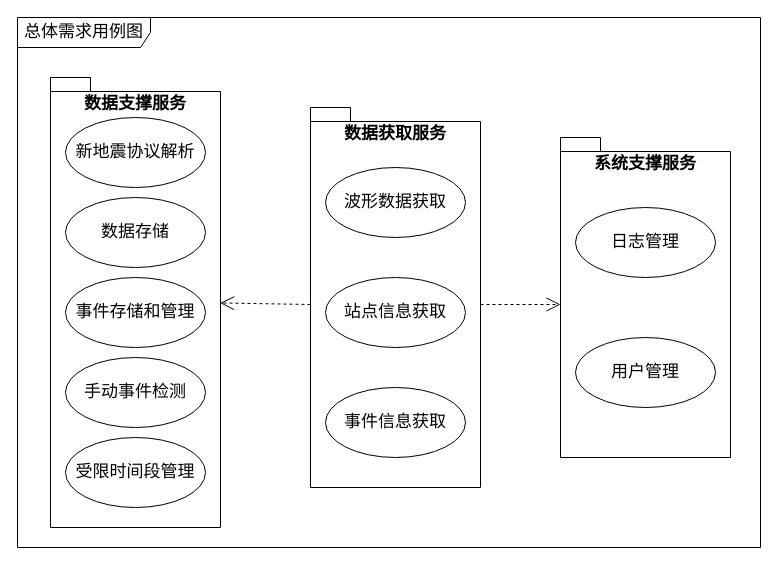
This is 总体需求用例图.drawio from Diend-7/-, a draw.io file, before an edit. Source tidied: cells renumbered, new cells numbered last; positions are measured from the earlier drawing's top-left corner, leaving out a move shared by most shapes. Both pictures are drawn from the tidied source at 100%, with x=0, y=0 at pixel (17, 17).
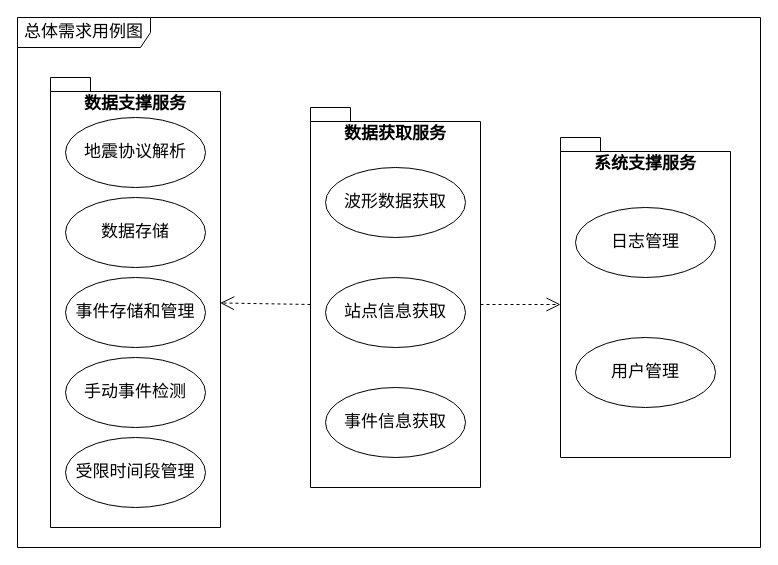
The same diagram, later.

Commit message:
更新总体需求用例图.drawio

Diff of the diagram source:
```diff
@@
 <mxGraphModel>
   <root>
     <mxCell id="0" />
     <mxCell id="1" parent="0" />
     <mxCell id="2" value="总体需求用例图" style="shape=umlFrame;whiteSpace=wrap;html=1;fontSize=17;width=133;height=30;" parent="1" vertex="1">
       <mxGeometry width="743" height="530" as="geometry" />
     </mxCell>
     <mxCell id="3" value="数据支撑服务" style="shape=folder;fontStyle=1;spacingTop=10;tabWidth=40;tabHeight=14;tabPosition=left;html=1;whiteSpace=wrap;verticalAlign=top;fontSize=17;" parent="1" vertex="1">
       <mxGeometry x="33" y="60" width="170" height="450" as="geometry" />
     </mxCell>
-    <mxCell id="4" value="新地震协议解析" style="ellipse;whiteSpace=wrap;html=1;fontSize=17;" parent="1" vertex="1">
+    <mxCell id="4" value="地震协议解析" style="ellipse;whiteSpace=wrap;html=1;fontSize=17;" parent="1" vertex="1">
       <mxGeometry x="48" y="100" width="140" height="70" as="geometry" />
     </mxCell>
     <mxCell id="5" value="数据存储" style="ellipse;whiteSpace=wrap;html=1;fontSize=17;" parent="1" vertex="1">
       <mxGeometry x="48" y="180" width="140" height="70" as="geometry" />
     </mxCell>
     <mxCell id="6" value="事件存储和管理" style="ellipse;whiteSpace=wrap;html=1;fontSize=17;" parent="1" vertex="1">
       <mxGeometry x="48" y="260" width="140" height="70" as="geometry" />
     </mxCell>
     <mxCell id="7" value="手动事件检测" style="ellipse;whiteSpace=wrap;html=1;fontSize=17;" parent="1" vertex="1">
       <mxGeometry x="48" y="340" width="140" height="70" as="geometry" />
     </mxCell>
     <mxCell id="8" value="受限时间段管理" style="ellipse;whiteSpace=wrap;html=1;fontSize=17;" parent="1" vertex="1">
       <mxGeometry x="48" y="420" width="140" height="70" as="geometry" />
     </mxCell>
     <mxCell id="9" value="数据获取服务" style="shape=folder;fontStyle=1;spacingTop=10;tabWidth=40;tabHeight=14;tabPosition=left;html=1;whiteSpace=wrap;verticalAlign=top;fontSize=17;" parent="1" vertex="1">
       <mxGeometry x="293" y="90" width="170" height="380" as="geometry" />
     </mxCell>
     <mxCell id="10" value="波形数据获取" style="ellipse;whiteSpace=wrap;html=1;fontSize=17;" parent="1" vertex="1">
       <mxGeometry x="308" y="150" width="140" height="70" as="geometry" />
     </mxCell>
     <mxCell id="11" value="站点信息获取" style="ellipse;whiteSpace=wrap;html=1;fontSize=17;" parent="1" vertex="1">
       <mxGeometry x="308" y="260" width="140" height="70" as="geometry" />
     </mxCell>
     <mxCell id="12" value="事件信息获取" style="ellipse;whiteSpace=wrap;html=1;fontSize=17;" parent="1" vertex="1">
       <mxGeometry x="308" y="370" width="140" height="70" as="geometry" />
     </mxCell>
     <mxCell id="13" value="系统支撑服务" style="shape=folder;fontStyle=1;spacingTop=10;tabWidth=40;tabHeight=14;tabPosition=left;html=1;whiteSpace=wrap;verticalAlign=top;fontSize=17;" parent="1" vertex="1">
       <mxGeometry x="543" y="120" width="170" height="320" as="geometry" />
     </mxCell>
     <mxCell id="14" value="日志管理" style="ellipse;whiteSpace=wrap;html=1;fontSize=17;" parent="1" vertex="1">
       <mxGeometry x="558" y="190" width="140" height="70" as="geometry" />
     </mxCell>
     <mxCell id="15" value="用户管理" style="ellipse;whiteSpace=wrap;html=1;fontSize=17;" parent="1" vertex="1">
       <mxGeometry x="558" y="320" width="140" height="70" as="geometry" />
     </mxCell>
     <mxCell id="16" style="endArrow=open;endSize=12;dashed=1;html=1;rounded=0;exitX=0;exitY=0;exitDx=0;exitDy=197;exitPerimeter=0;entryX=0.998;entryY=0.501;entryDx=0;entryDy=0;entryPerimeter=0;fontSize=17;" parent="1" edge="1" source="9" target="3">
       <mxGeometry relative="1" as="geometry" />
     </mxCell>
     <mxCell id="17" style="endArrow=open;endSize=12;dashed=1;html=1;rounded=0;exitX=0;exitY=0;exitDx=170;exitDy=197;exitPerimeter=0;entryX=0;entryY=0;entryDx=0;entryDy=167;entryPerimeter=0;fontSize=17;" parent="1" edge="1" source="9" target="13">
       <mxGeometry relative="1" as="geometry" />
     </mxCell>
   </root>
 </mxGraphModel>
```
